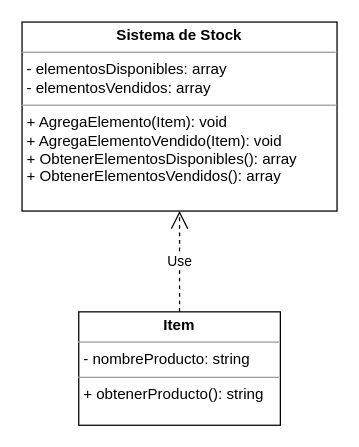
Above: umlkiosco.drawio in ZulaicaE/primeraEntregaSegundoCuatri (draw.io), before the change. Source tidied: cells renumbered, new cells numbered last; positions are measured from the earlier drawing's top-left corner, leaving out a move shared by most shapes. Both pictures are drawn from the tidied source at 126%, with x=0, y=0 at pixel (21, 21).
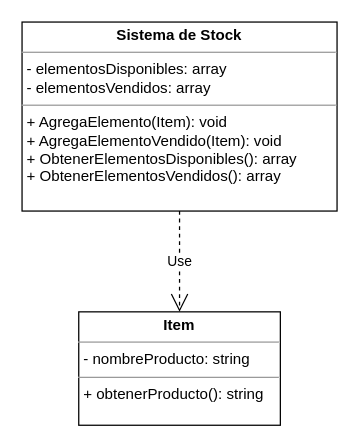
Above is the later version.

What changed in the source:
```diff
@@
 <mxGraphModel>
   <root>
     <mxCell id="0" />
     <mxCell id="1" parent="0" />
     <mxCell id="2" value="&lt;p style=&quot;margin:0px;margin-top:4px;text-align:center;&quot;&gt;&lt;b&gt;Sistema de Stock&lt;/b&gt;&lt;/p&gt;&lt;hr size=&quot;1&quot;&gt;&lt;p style=&quot;margin:0px;margin-left:4px;&quot;&gt;- elementosDisponibles: array&amp;nbsp;&lt;/p&gt;&lt;p style=&quot;margin:0px;margin-left:4px;&quot;&gt;- elementosVendidos: array&lt;/p&gt;&lt;hr size=&quot;1&quot;&gt;&lt;p style=&quot;margin:0px;margin-left:4px;&quot;&gt;+ AgregaElemento(Item): void&lt;/p&gt;&lt;p style=&quot;margin:0px;margin-left:4px;&quot;&gt;+ AgregaElementoVendido(Item): void&lt;/p&gt;&lt;p style=&quot;margin:0px;margin-left:4px;&quot;&gt;+ ObtenerElementosDisponibles(): array&lt;/p&gt;&lt;p style=&quot;margin:0px;margin-left:4px;&quot;&gt;+ ObtenerElementosVendidos(): array&lt;/p&gt;" style="verticalAlign=top;align=left;overflow=fill;fontSize=12;fontFamily=Helvetica;html=1;" parent="1" vertex="1">
       <mxGeometry width="250" height="150" as="geometry" />
     </mxCell>
     <mxCell id="3" value="&lt;p style=&quot;margin:0px;margin-top:4px;text-align:center;&quot;&gt;&lt;b&gt;Item&lt;/b&gt;&lt;/p&gt;&lt;hr size=&quot;1&quot;&gt;&lt;p style=&quot;margin:0px;margin-left:4px;&quot;&gt;- nombreProducto: string&lt;/p&gt;&lt;hr size=&quot;1&quot;&gt;&lt;p style=&quot;margin:0px;margin-left:4px;&quot;&gt;+ obtenerProducto(): string&lt;/p&gt;" style="verticalAlign=top;align=left;overflow=fill;fontSize=12;fontFamily=Helvetica;html=1;" parent="1" vertex="1">
       <mxGeometry x="45" y="230" width="160" height="90" as="geometry" />
     </mxCell>
-    <mxCell id="4" value="Use" style="endArrow=open;endSize=12;dashed=1;html=1;exitX=0.5;exitY=0;exitDx=0;exitDy=0;entryX=0.5;entryY=1;entryDx=0;entryDy=0;" parent="1" edge="1" source="3" target="2">
+    <mxCell id="4" value="Use" style="endArrow=open;endSize=12;dashed=1;html=1;entryX=0.5;entryY=0;entryDx=0;entryDy=0;exitX=0.5;exitY=1;exitDx=0;exitDy=0;" parent="1" edge="1" source="2" target="3">
       <mxGeometry relative="1" as="geometry" />
     </mxCell>
   </root>
 </mxGraphModel>
```
